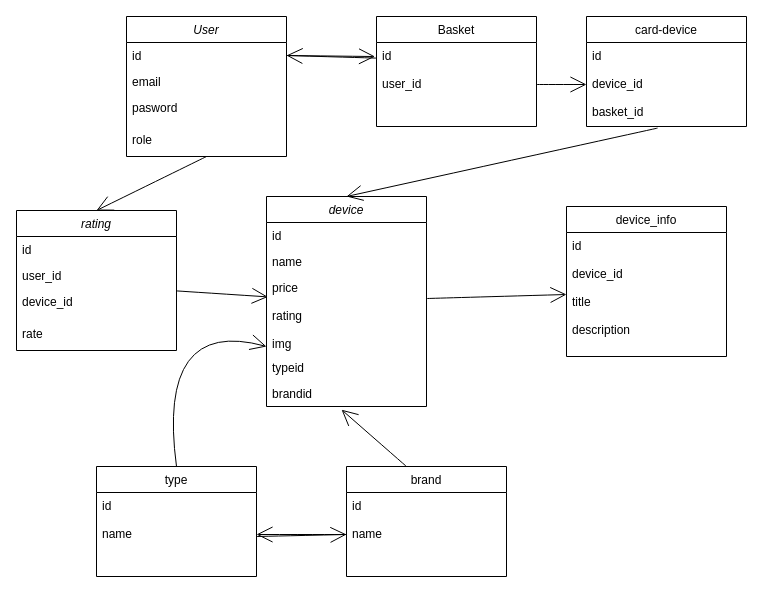
The draw.io diagram OnlineStore.drawio in Greens1593/StoreReact, before the edit. Source tidied: cells renumbered, new cells numbered last; positions are measured from the earlier drawing's top-left corner, leaving out a move shared by most shapes. Both pictures are drawn from the tidied source at 100%, with x=0, y=0 at pixel (16, 16).
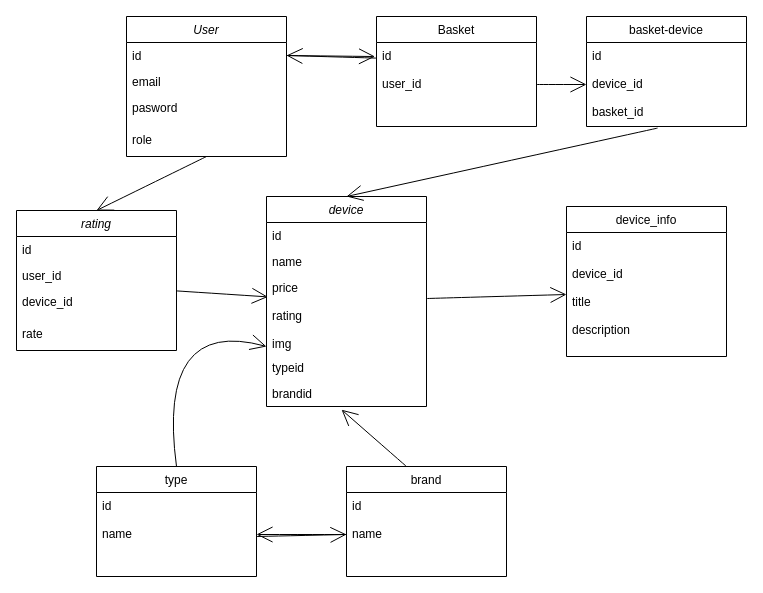
After the change.

Commit message (it also covers changes not shown here):
checkRoleMiddleware was created and added to brand, device and type routers

The edit, as a diff of the source:
```diff
@@
-    <mxCell id="28" value="card-device" style="swimlane;fontStyle=0;align=center;verticalAlign=top;horizontal=1;startSize=26;rounded=0;shadow=0;strokeWidth=1;" parent="1" vertex="1">
+    <mxCell id="28" value="basket-device" style="swimlane;fontStyle=0;align=center;verticalAlign=top;horizontal=1;startSize=26;rounded=0;shadow=0;strokeWidth=1;" parent="1" vertex="1">
       <mxGeometry x="570" width="160" height="110" as="geometry" />
     </mxCell>
```
